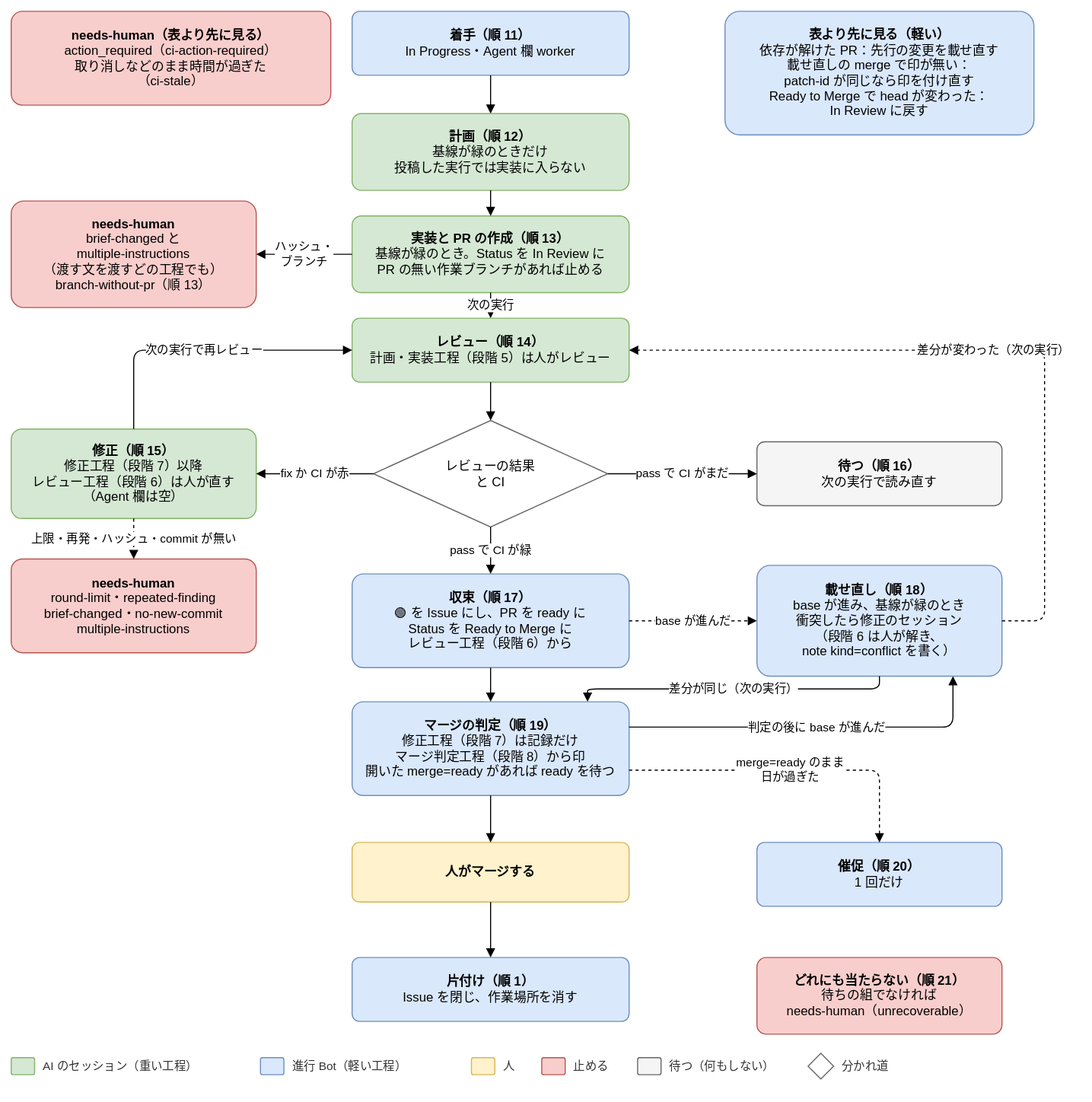
Before: docs/design/basic/diagrams/02-next-step-in-progress.drawio.svg, a diagram exported from draw.io (Joymerrevent/dev-autopilot). Source tidied: cells renumbered, new cells last; positions are measured from the earlier drawing's top-left corner, leaving out a move shared by most shapes.
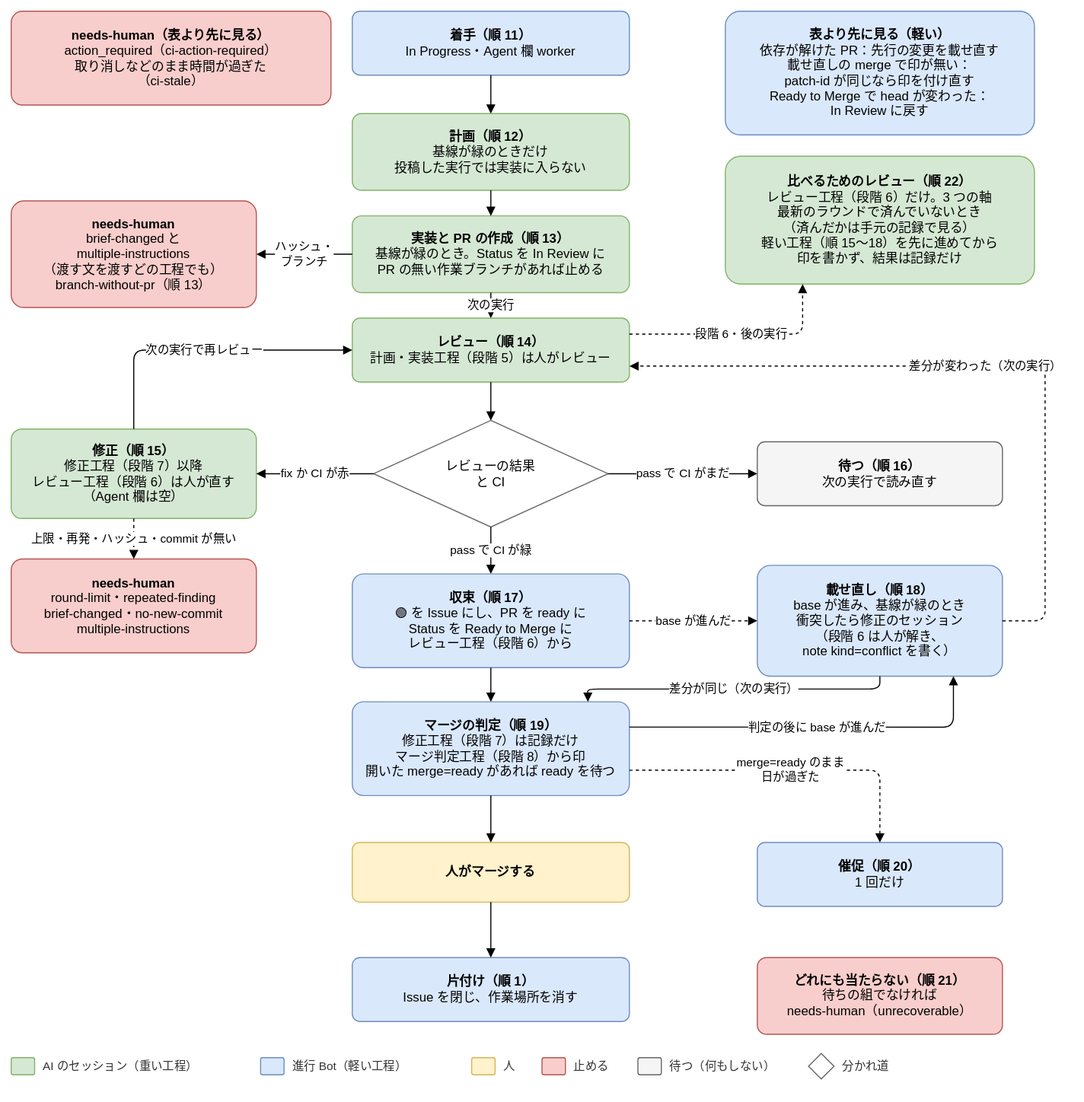
Above is the later version.

What changed in the source:
```diff
@@ -80,11 +80,11 @@
     <mxCell id="27" value="差分が同じ（次の実行）" style="edgeStyle=orthogonalEdgeStyle;rounded=1;html=1;endArrow=block;endFill=1;fontSize=11;labelBackgroundColor=#ffffff;exitX=0.5;exitY=1;exitDx=0;exitDy=0;entryX=0.85;entryY=0;entryDx=0;entryDy=0;" parent="1" edge="1" source="11" target="12">
       <mxGeometry relative="1" as="geometry" />
     </mxCell>
-    <mxCell id="28" value="差分が変わった（次の実行）" style="edgeStyle=orthogonalEdgeStyle;rounded=1;html=1;endArrow=block;endFill=1;fontSize=11;labelBackgroundColor=#ffffff;dashed=1;exitX=1;exitY=0.5;exitDx=0;exitDy=0;entryX=1;entryY=0.5;entryDx=0;entryDy=0;" parent="1" edge="1" source="11" target="5">
+    <mxCell id="28" value="差分が変わった（次の実行）" style="edgeStyle=orthogonalEdgeStyle;rounded=1;html=1;endArrow=block;endFill=1;fontSize=11;labelBackgroundColor=#ffffff;dashed=1;exitX=1;exitY=0.5;exitDx=0;exitDy=0;entryX=1;entryY=0.75;entryDx=0;entryDy=0;" parent="1" edge="1" source="11" target="5">
       <mxGeometry relative="1" as="geometry">
         <Array as="points">
           <mxPoint x="970" y="572" />
-          <mxPoint x="970" y="318" />
+          <mxPoint x="970" y="333" />
         </Array>
       </mxGeometry>
     </mxCell>
@@ -151,5 +151,11 @@
     <mxCell id="49" value="&lt;b&gt;どれにも当たらない（順 21）&lt;/b&gt;&lt;br&gt;待ちの組でなければ&lt;br&gt;needs-human（unrecoverable）" style="rounded=1;whiteSpace=wrap;html=1;fontSize=12;arcSize=12;spacing=12;fillColor=#f8cecc;strokeColor=#b85450;" parent="1" vertex="1">
       <mxGeometry x="700" y="888" width="230" height="72" as="geometry" />
     </mxCell>
+    <mxCell id="50" value="&lt;b&gt;比べるためのレビュー（順 22）&lt;/b&gt;&lt;br&gt;レビュー工程（段階 6）だけ。3 つの軸&lt;br&gt;最新のラウンドで済んでいないとき&lt;br&gt;（済んだかは手元の記録で見る）&lt;br&gt;軽い工程（順 15〜18）を先に進めてから&lt;br&gt;印を書かず、結果は記録だけ" style="rounded=1;whiteSpace=wrap;html=1;fontSize=12;arcSize=12;spacing=12;fillColor=#d5e8d4;strokeColor=#82b366;" parent="1" vertex="1">
+      <mxGeometry x="670" y="136" width="290" height="120" as="geometry" />
+    </mxCell>
+    <mxCell id="51" value="段階 6・後の実行" style="edgeStyle=orthogonalEdgeStyle;rounded=1;html=1;endArrow=block;endFill=1;fontSize=11;labelBackgroundColor=#ffffff;dashed=1;exitX=1;exitY=0.25;exitDx=0;exitDy=0;entryX=0.25;entryY=1;entryDx=0;entryDy=0;" parent="1" edge="1" source="5" target="50">
+      <mxGeometry relative="1" as="geometry" />
+    </mxCell>
   </root>
 </mxGraphModel>
```
